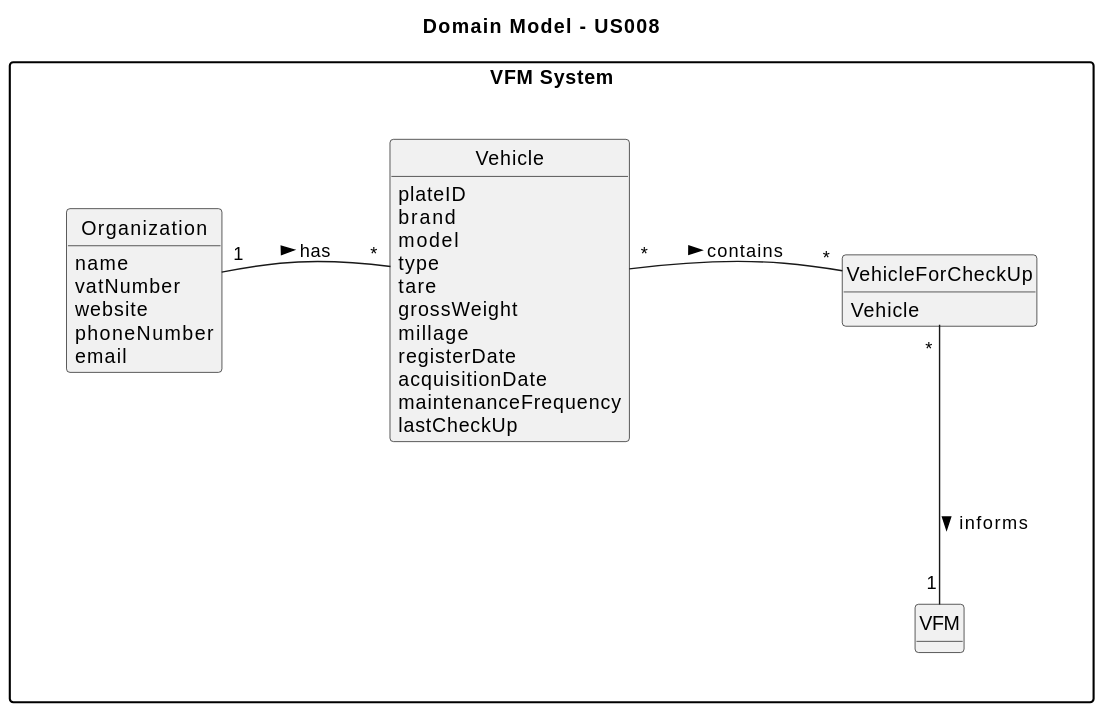
Above: docs/sprintB/us012/02.analysis/svg/us012-domain-model-Domain_Model___US012.svg in SAEmanuel/Green_Spaces_Management_ISEP (PlantUML), before the change. Source of this version:
```plantuml
@startuml
skinparam monochrome true
skinparam packageStyle rectangle
skinparam shadowing false


skinparam classAttributeIconSize 0

hide circle
hide methods
package "VFM System" {

title Domain Model - US008

class VehicleForCheckUp {
    Vehicle
}

class VFM {
}

class Vehicle {
         plateID
         brand
         model
         type
         tare
         grossWeight
         millage
         registerDate
         acquisitionDate
         maintenanceFrequency
         lastCheckUp
}

class Organization {
name
vatNumber
website
phoneNumber
email
}



Organization "1" - "*" Vehicle: has >
Vehicle "*"- "*" VehicleForCheckUp: contains >
VehicleForCheckUp "*" -- "1" VFM : informs >
@enduml
```
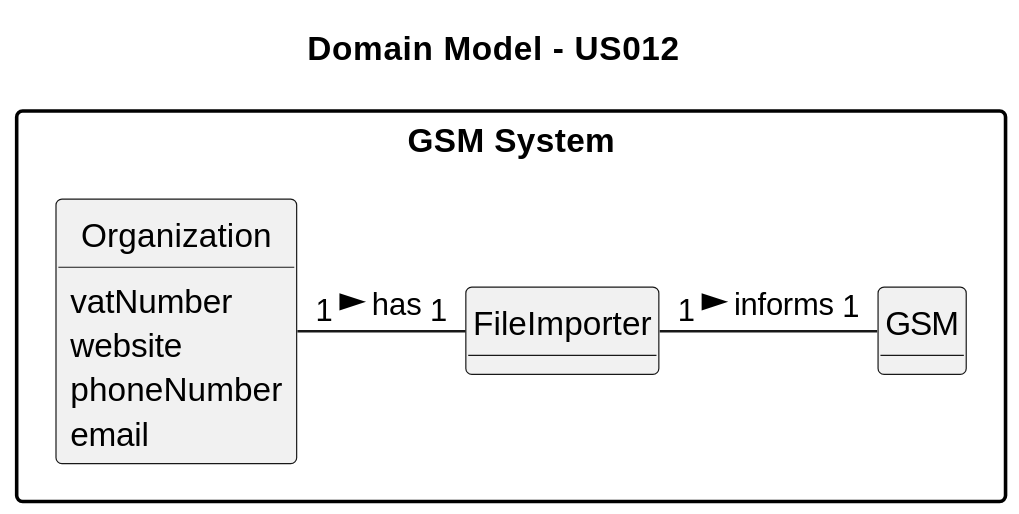
The same file after the commit.

Change to the diagram source:
```diff
@@ -8,33 +8,18 @@
 
 hide circle
 hide methods
-package "VFM System" {
+package "GSM System" {
 
-title Domain Model - US008
+title Domain Model - US012
 
-class VehicleForCheckUp {
-    Vehicle
+class FileImporter {
+
 }
 
-class VFM {
-}
-
-class Vehicle {
-         plateID
-         brand
-         model
-         type
-         tare
-         grossWeight
-         millage
-         registerDate
-         acquisitionDate
-         maintenanceFrequency
-         lastCheckUp
+class GSM {
 }
 
 class Organization {
-name
 vatNumber
 website
 phoneNumber
@@ -43,7 +28,6 @@
 
 
 
-Organization "1" - "*" Vehicle: has >
-Vehicle "*"- "*" VehicleForCheckUp: contains >
-VehicleForCheckUp "*" -- "1" VFM : informs >
+Organization "1" - "1" FileImporter: has >
+FileImporter "1" - "1" GSM : informs >
 @enduml
```
